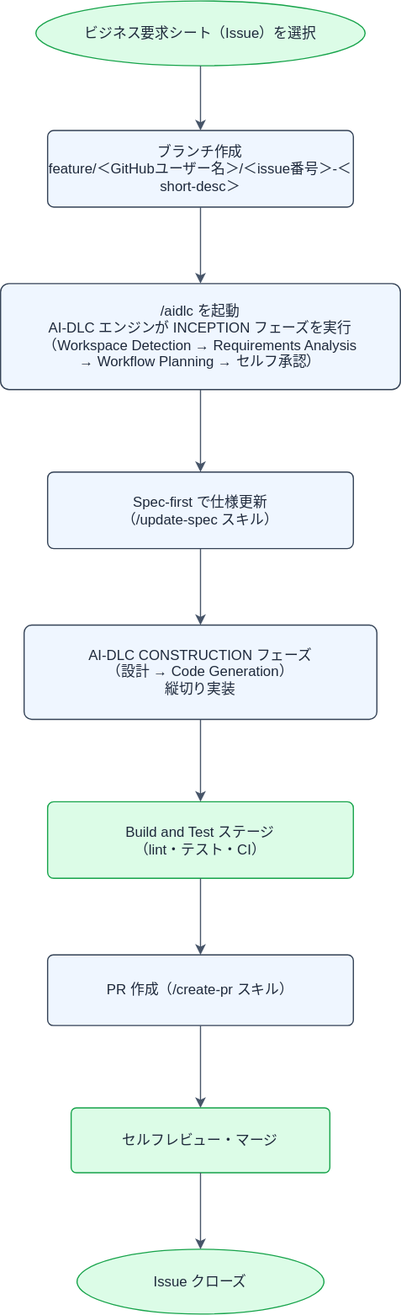
This is docs-next/static/diagrams/guide/dev-workflow-standard.drawio.svg from CHS-Training-Org/ai_training_for_chuo_system, a draw.io export, as it was before one commit. Source tidied: cells renumbered, new cells last; positions are measured from the earlier drawing's top-left corner, leaving out a move shared by most shapes.
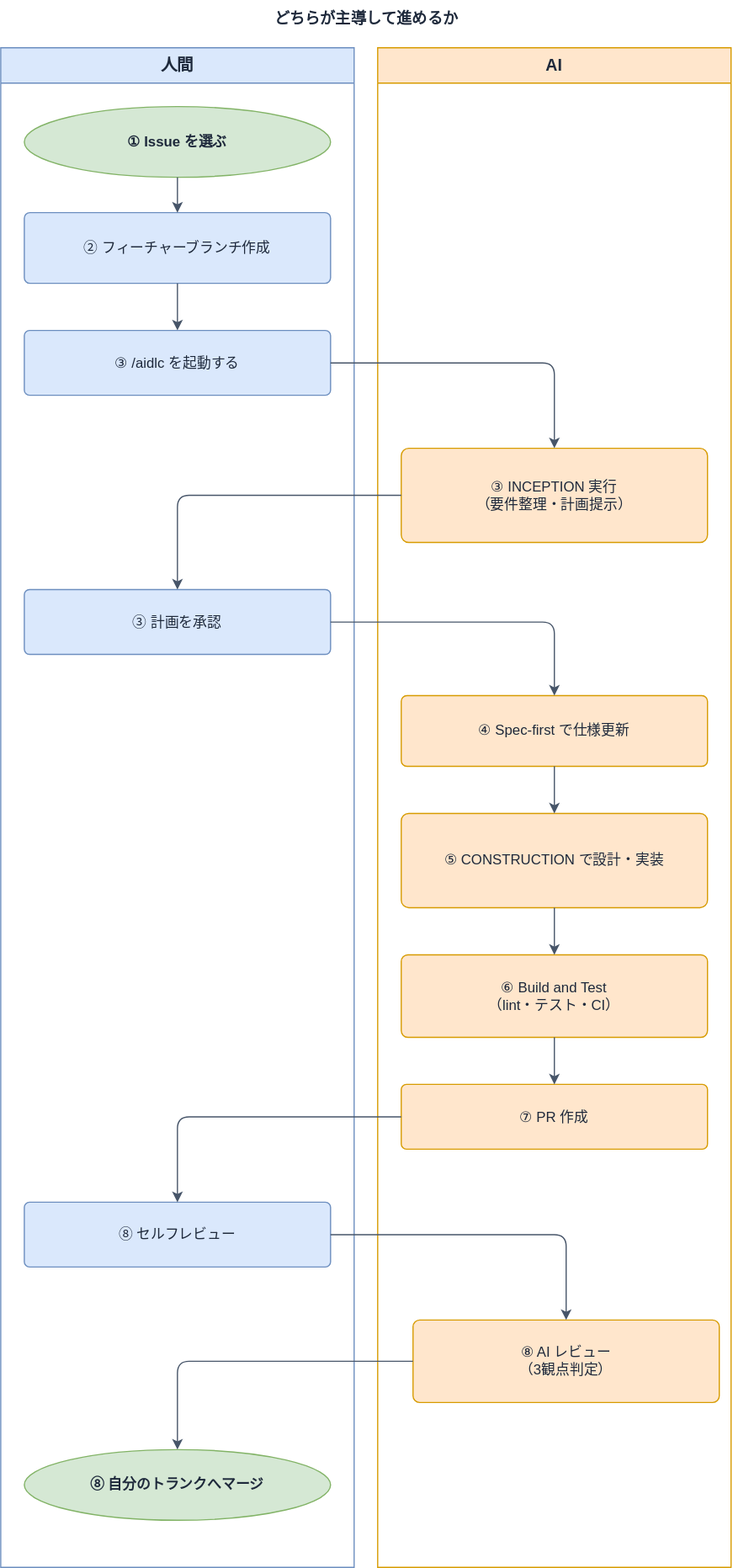
After the change.

Commit message:
docs(site): 標準開発フロー図を人間/AI の2レーン構成に描き直す

図形を直線でつないだだけの単線フローチャートから、どちらが主導
して進めるか（人間/AI）が一目で分かるスイムレーン形式に変更する。
dev-workflow.md の8ステップの番号と対応させる。

Diff of the diagram source:
```diff
@@ -2,42 +2,63 @@
   <root>
     <mxCell id="0" />
     <mxCell id="1" parent="0" />
+    <mxCell id="19" value="どちらが主導して進めるか" style="text;html=1;align=center;verticalAlign=middle;fontSize=13;fontStyle=1;fontColor=#1E293B;" parent="1" vertex="1">
+      <mxGeometry x="-210" y="-10" width="620" height="30" as="geometry" />
+    </mxCell>
-    <mxCell id="2" value="ビジネス要求シート（Issue）を選択" style="ellipse;whiteSpace=wrap;html=1;fillColor=#DCFCE7;strokeColor=#16A34A;fontColor=#1E293B;" parent="1" vertex="1">
-      <mxGeometry x="30" width="280" height="55" as="geometry" />
+    <mxCell id="2" value="人間" style="swimlane;startSize=30;horizontal=1;whiteSpace=wrap;html=1;fillColor=#DAE8FC;strokeColor=#6C8EBF;fontColor=#1E293B;fontStyle=1;fontSize=14;" parent="1" vertex="1">
+      <mxGeometry x="-210" y="30" width="300" height="1290" as="geometry" />
     </mxCell>
-    <mxCell id="3" value="ブランチ作成&#10;feature/＜GitHubユーザー名＞/＜issue番号＞-＜short-desc＞" style="rounded=1;whiteSpace=wrap;html=1;fillColor=#EFF6FF;strokeColor=#334155;fontColor=#1E293B;arcSize=8;" parent="1" vertex="1">
-      <mxGeometry x="40" y="110" width="260" height="65" as="geometry" />
-    </mxCell>
-    <mxCell id="4" value="/aidlc を起動&#10;AI-DLC エンジンが INCEPTION フェーズを実行&#10;（Workspace Detection → Requirements Analysis&#10;→ Workflow Planning → セルフ承認）" style="rounded=1;whiteSpace=wrap;html=1;fillColor=#EFF6FF;strokeColor=#334155;fontColor=#1E293B;arcSize=8;" parent="1" vertex="1">
-      <mxGeometry y="240" width="340" height="90" as="geometry" />
-    </mxCell>
+    <mxCell id="20" value="① Issue を選ぶ" style="ellipse;whiteSpace=wrap;html=1;fillColor=#D5E8D4;strokeColor=#82B366;fontColor=#1E293B;fontStyle=1;" parent="2" vertex="1">
+      <mxGeometry x="20" y="50" width="260" height="60" as="geometry" />
+    </mxCell>
-    <mxCell id="5" value="Spec-first で仕様更新&#10;（/update-spec スキル）" style="rounded=1;whiteSpace=wrap;html=1;fillColor=#EFF6FF;strokeColor=#334155;fontColor=#1E293B;arcSize=8;" parent="1" vertex="1">
-      <mxGeometry x="40" y="400" width="260" height="65" as="geometry" />
+    <mxCell id="5" value="② フィーチャーブランチ作成" style="rounded=1;whiteSpace=wrap;html=1;fillColor=#DAE8FC;strokeColor=#6C8EBF;fontColor=#1E293B;arcSize=8;" parent="2" vertex="1">
+      <mxGeometry x="20" y="140" width="260" height="60" as="geometry" />
     </mxCell>
-    <mxCell id="6" value="AI-DLC CONSTRUCTION フェーズ&#10;（設計 → Code Generation）&#10;縦切り実装" style="rounded=1;whiteSpace=wrap;html=1;fillColor=#EFF6FF;strokeColor=#334155;fontColor=#1E293B;arcSize=8;" parent="1" vertex="1">
-      <mxGeometry x="20" y="530" width="300" height="80" as="geometry" />
+    <mxCell id="6" value="③ /aidlc を起動する" style="rounded=1;whiteSpace=wrap;html=1;fillColor=#DAE8FC;strokeColor=#6C8EBF;fontColor=#1E293B;arcSize=8;" parent="2" vertex="1">
+      <mxGeometry x="20" y="240" width="260" height="55" as="geometry" />
     </mxCell>
+    <mxCell id="8" value="③ 計画を承認" style="rounded=1;whiteSpace=wrap;html=1;fillColor=#DAE8FC;strokeColor=#6C8EBF;fontColor=#1E293B;arcSize=8;" parent="2" vertex="1">
+      <mxGeometry x="20" y="460" width="260" height="55" as="geometry" />
+    </mxCell>
+    <mxCell id="12" value="⑧ セルフレビュー" style="rounded=1;whiteSpace=wrap;html=1;fillColor=#DAE8FC;strokeColor=#6C8EBF;fontColor=#1E293B;arcSize=8;" parent="2" vertex="1">
+      <mxGeometry x="20" y="980" width="260" height="55" as="geometry" />
+    </mxCell>
+    <mxCell id="21" value="⑧ 自分のトランクへマージ" style="ellipse;whiteSpace=wrap;html=1;fillColor=#D5E8D4;strokeColor=#82B366;fontColor=#1E293B;fontStyle=1;" parent="2" vertex="1">
+      <mxGeometry x="20" y="1190" width="260" height="60" as="geometry" />
+    </mxCell>
+    <mxCell id="3" value="AI" style="swimlane;startSize=30;horizontal=1;whiteSpace=wrap;html=1;fillColor=#FFE6CC;strokeColor=#D79B00;fontColor=#1E293B;fontStyle=1;fontSize=14;" parent="1" vertex="1">
+      <mxGeometry x="110" y="30" width="300" height="1290" as="geometry" />
+    </mxCell>
-    <mxCell id="7" value="Build and Test ステージ&#10;（lint・テスト・CI）" style="rounded=1;whiteSpace=wrap;html=1;fillColor=#DCFCE7;strokeColor=#16A34A;fontColor=#1E293B;arcSize=8;" parent="1" vertex="1">
-      <mxGeometry x="40" y="680" width="260" height="65" as="geometry" />
+    <mxCell id="7" value="③ INCEPTION 実行&#10;（要件整理・計画提示）" style="rounded=1;whiteSpace=wrap;html=1;fillColor=#FFE6CC;strokeColor=#D79B00;fontColor=#1E293B;arcSize=8;" parent="3" vertex="1">
+      <mxGeometry x="20" y="340" width="260" height="80" as="geometry" />
     </mxCell>
-    <mxCell id="8" value="PR 作成（/draft-pr スキル）" style="rounded=1;whiteSpace=wrap;html=1;fillColor=#EFF6FF;strokeColor=#334155;fontColor=#1E293B;arcSize=8;" parent="1" vertex="1">
-      <mxGeometry x="40" y="810" width="260" height="60" as="geometry" />
-    </mxCell>
+    <mxCell id="13" value="⑧ AI レビュー&#10;（3観点判定）" style="rounded=1;whiteSpace=wrap;html=1;fillColor=#FFE6CC;strokeColor=#D79B00;fontColor=#1E293B;arcSize=8;" parent="3" vertex="1">
+      <mxGeometry x="30" y="1080" width="260" height="70" as="geometry" />
+    </mxCell>
+    <mxCell id="22" value="④ Spec-first で仕様更新" style="rounded=1;whiteSpace=wrap;html=1;fillColor=#FFE6CC;strokeColor=#D79B00;fontColor=#1E293B;arcSize=8;" parent="3" vertex="1">
+      <mxGeometry x="20" y="550" width="260" height="60" as="geometry" />
+    </mxCell>
-    <mxCell id="9" value="セルフレビュー・マージ" style="rounded=1;whiteSpace=wrap;html=1;fillColor=#DCFCE7;strokeColor=#16A34A;fontColor=#1E293B;arcSize=8;" parent="1" vertex="1">
-      <mxGeometry x="60" y="940" width="220" height="55" as="geometry" />
+    <mxCell id="9" value="⑤ CONSTRUCTION で設計・実装" style="rounded=1;whiteSpace=wrap;html=1;fillColor=#FFE6CC;strokeColor=#D79B00;fontColor=#1E293B;arcSize=8;" parent="3" vertex="1">
+      <mxGeometry x="20" y="650" width="260" height="80" as="geometry" />
     </mxCell>
-    <mxCell id="10" value="Issue クローズ" style="ellipse;whiteSpace=wrap;html=1;fillColor=#DCFCE7;strokeColor=#16A34A;fontColor=#1E293B;" parent="1" vertex="1">
-      <mxGeometry x="65" y="1060" width="210" height="55" as="geometry" />
+    <mxCell id="10" value="⑥ Build and Test&#10;（lint・テスト・CI）" style="rounded=1;whiteSpace=wrap;html=1;fillColor=#FFE6CC;strokeColor=#D79B00;fontColor=#1E293B;arcSize=8;" parent="3" vertex="1">
+      <mxGeometry x="20" y="770" width="260" height="70" as="geometry" />
     </mxCell>
-    <mxCell id="11" style="edgeStyle=orthogonalEdgeStyle;rounded=1;jettySize=auto;html=1;strokeColor=#475569;" parent="1" edge="1" source="2" target="3">
-      <mxGeometry relative="1" as="geometry" />
+    <mxCell id="11" value="⑦ PR 作成" style="rounded=1;whiteSpace=wrap;html=1;fillColor=#FFE6CC;strokeColor=#D79B00;fontColor=#1E293B;arcSize=8;" parent="3" vertex="1">
+      <mxGeometry x="20" y="880" width="260" height="55" as="geometry" />
     </mxCell>
-    <mxCell id="12" style="edgeStyle=orthogonalEdgeStyle;rounded=1;jettySize=auto;html=1;strokeColor=#475569;" parent="1" edge="1" source="3" target="4">
-      <mxGeometry relative="1" as="geometry" />
-    </mxCell>
-    <mxCell id="13" style="edgeStyle=orthogonalEdgeStyle;rounded=1;jettySize=auto;html=1;strokeColor=#475569;" parent="1" edge="1" source="4" target="5">
-      <mxGeometry relative="1" as="geometry" />
-    </mxCell>
+    <mxCell id="23" style="edgeStyle=orthogonalEdgeStyle;rounded=1;jettySize=auto;html=1;strokeColor=#475569;" parent="3" edge="1" source="22" target="9">
+      <mxGeometry relative="1" as="geometry" />
+    </mxCell>
+    <mxCell id="18" style="edgeStyle=orthogonalEdgeStyle;rounded=1;jettySize=auto;html=1;strokeColor=#475569;" parent="3" edge="1" source="9" target="10">
+      <mxGeometry relative="1" as="geometry" />
+    </mxCell>
+    <mxCell id="24" style="edgeStyle=orthogonalEdgeStyle;rounded=1;jettySize=auto;html=1;strokeColor=#475569;" parent="3" edge="1" source="10" target="11">
+      <mxGeometry relative="1" as="geometry" />
+    </mxCell>
+    <mxCell id="25" style="edgeStyle=orthogonalEdgeStyle;rounded=1;jettySize=auto;html=1;strokeColor=#475569;" parent="1" edge="1" source="20" target="5">
+      <mxGeometry relative="1" as="geometry" />
+    </mxCell>
     <mxCell id="14" style="edgeStyle=orthogonalEdgeStyle;rounded=1;jettySize=auto;html=1;strokeColor=#475569;" parent="1" edge="1" source="5" target="6">
       <mxGeometry relative="1" as="geometry" />
     </mxCell>
@@ -47,11 +68,17 @@
     <mxCell id="16" style="edgeStyle=orthogonalEdgeStyle;rounded=1;jettySize=auto;html=1;strokeColor=#475569;" parent="1" edge="1" source="7" target="8">
       <mxGeometry relative="1" as="geometry" />
     </mxCell>
-    <mxCell id="17" style="edgeStyle=orthogonalEdgeStyle;rounded=1;jettySize=auto;html=1;strokeColor=#475569;" parent="1" edge="1" source="8" target="9">
-      <mxGeometry relative="1" as="geometry" />
-    </mxCell>
-    <mxCell id="18" style="edgeStyle=orthogonalEdgeStyle;rounded=1;jettySize=auto;html=1;strokeColor=#475569;" parent="1" edge="1" source="9" target="10">
-      <mxGeometry relative="1" as="geometry" />
-    </mxCell>
+    <mxCell id="26" style="edgeStyle=orthogonalEdgeStyle;rounded=1;jettySize=auto;html=1;strokeColor=#475569;" parent="1" edge="1" source="8" target="22">
+      <mxGeometry relative="1" as="geometry" />
+    </mxCell>
+    <mxCell id="27" style="edgeStyle=orthogonalEdgeStyle;rounded=1;jettySize=auto;html=1;strokeColor=#475569;" parent="1" edge="1" source="11" target="12">
+      <mxGeometry relative="1" as="geometry" />
+    </mxCell>
+    <mxCell id="28" style="edgeStyle=orthogonalEdgeStyle;rounded=1;jettySize=auto;html=1;strokeColor=#475569;" parent="1" edge="1" source="12" target="13">
+      <mxGeometry relative="1" as="geometry" />
+    </mxCell>
+    <mxCell id="29" style="edgeStyle=orthogonalEdgeStyle;rounded=1;jettySize=auto;html=1;strokeColor=#475569;" parent="1" edge="1" source="13" target="21">
+      <mxGeometry relative="1" as="geometry" />
+    </mxCell>
   </root>
 </mxGraphModel>
```
